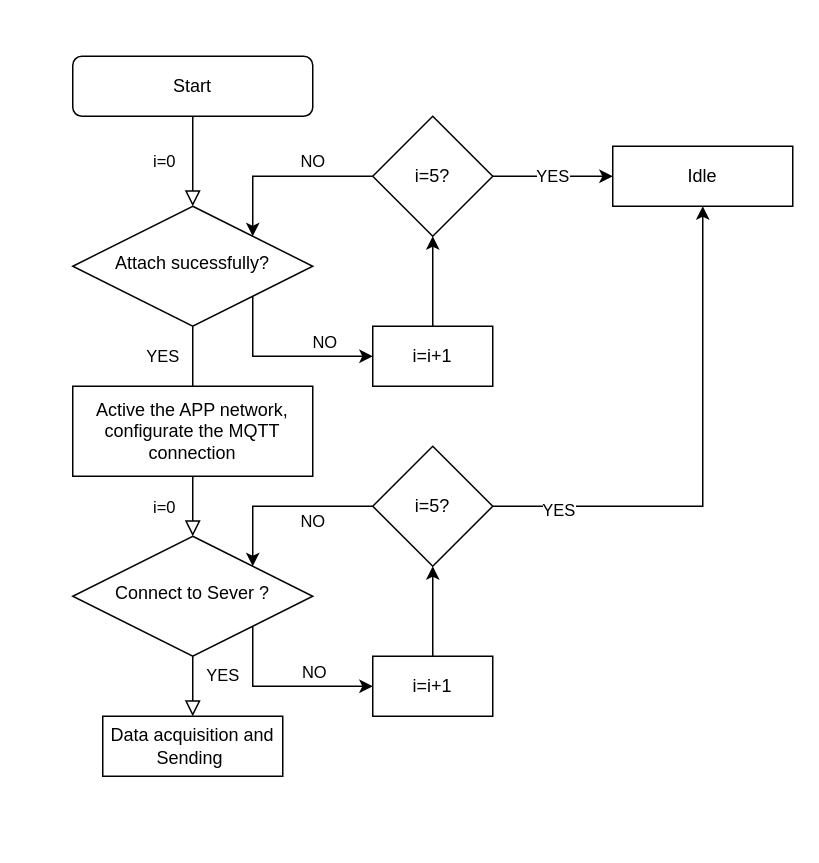
Earlier version of the draw.io diagram NB_IoT.drawio (K2ayzz/ForDrawIO). Source tidied: cells renumbered, new cells numbered last; positions are measured from the earlier drawing's top-left corner, leaving out a move shared by most shapes. Both pictures are drawn from the tidied source at 150%, with x=0, y=0 at pixel (72, 56).
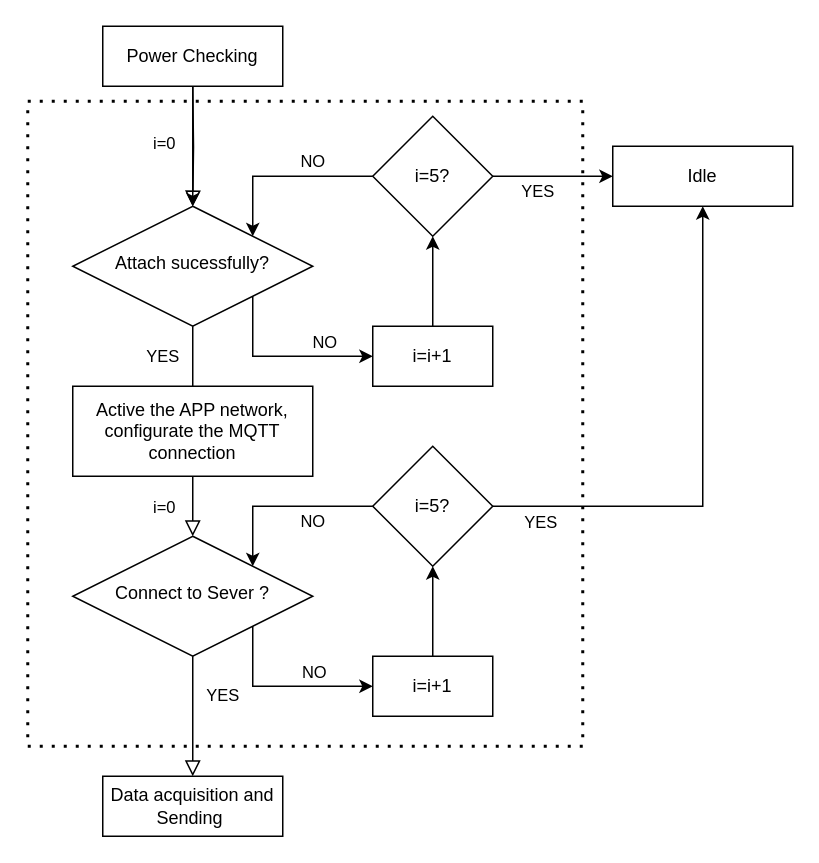
The same page after the edit.

Commit message (it also covers changes not shown here):
Cập nhật NB_IoT.drawio

Unchanged cells that the change refers to:
```xml
<mxCell id="9" value="Attach sucessfully?" style="rhombus;whiteSpace=wrap;html=1;shadow=0;fontFamily=Helvetica;fontSize=12;align=center;strokeWidth=1;spacing=6;spacingTop=-4;" parent="1" vertex="1">
  <mxGeometry y="100" width="160" height="80" as="geometry" />
</mxCell>
<mxCell id="17" value="i=5?" style="rhombus;whiteSpace=wrap;html=1;rounded=0;" parent="1" vertex="1">
  <mxGeometry x="200" y="40" width="80" height="80" as="geometry" />
</mxCell>
<mxCell id="18" value="Idle" style="rounded=0;whiteSpace=wrap;html=1;" parent="1" vertex="1">
  <mxGeometry x="360" y="60" width="120" height="40" as="geometry" />
</mxCell>
<mxCell id="25" style="edgeStyle=orthogonalEdgeStyle;rounded=0;jettySize=auto;html=1;exitX=1;exitY=0.5;exitDx=0;exitDy=0;entryX=0.5;entryY=1;entryDx=0;entryDy=0;" parent="1" edge="1" source="27" target="18">
  <mxGeometry relative="1" as="geometry" />
</mxCell>
```

The edit, as a diff of the source:
```diff
@@
-    <mxCell id="2" value="Start" style="rounded=1;whiteSpace=wrap;html=1;fontSize=12;glass=0;strokeWidth=1;shadow=0;" parent="1" vertex="1">
-      <mxGeometry width="160" height="40" as="geometry" />
-    </mxCell>
@@
-    <mxCell id="10" style="rounded=0;html=1;jettySize=auto;fontSize=11;endArrow=block;endFill=0;endSize=8;strokeWidth=1;shadow=0;labelBackgroundColor=none;edgeStyle=orthogonalEdgeStyle;entryX=0.5;entryY=0;entryDx=0;entryDy=0;exitX=0.5;exitY=1;exitDx=0;exitDy=0;" parent="1" edge="1" source="2" target="9">
-      <mxGeometry relative="1" as="geometry" />
+    <mxCell id="10" style="rounded=0;html=1;jettySize=auto;fontSize=11;endArrow=block;endFill=0;endSize=8;strokeWidth=1;shadow=0;labelBackgroundColor=none;edgeStyle=orthogonalEdgeStyle;entryX=0.5;entryY=0;entryDx=0;entryDy=0;exitX=0.5;exitY=1;exitDx=0;exitDy=0;" parent="1" edge="1" target="9">
+      <mxGeometry relative="1" as="geometry">
+        <mxPoint x="80" y="20" as="sourcePoint" />
+      </mxGeometry>
     </mxCell>
@@
     <mxCell id="16" value="YES" style="edgeStyle=orthogonalEdgeStyle;rounded=0;jettySize=auto;html=1;" parent="1" edge="1" source="17" target="18">
-      <mxGeometry relative="1" as="geometry" />
+      <mxGeometry x="-0.25" y="-10" relative="1" as="geometry" />
     </mxCell>
@@
     <mxCell id="26" value="YES" style="edgeLabel;html=1;align=center;verticalAlign=middle;" parent="25" vertex="1">
-      <mxGeometry x="-0.75" y="-2" relative="1" as="geometry" />
+      <mxGeometry x="-0.75" y="-2" relative="1" as="geometry">
+        <mxPoint x="-12" y="8" as="offset" />
+      </mxGeometry>
     </mxCell>
@@
     <mxCell id="28" value="Data acquisition and Sending&amp;nbsp;" style="rounded=0;whiteSpace=wrap;html=1;" parent="1" vertex="1">
-      <mxGeometry x="20" y="440" width="120" height="40" as="geometry" />
+      <mxGeometry x="20" y="480" width="120" height="40" as="geometry" />
     </mxCell>
+    <mxCell id="29" style="endArrow=none;dashed=1;html=1;dashPattern=1 3;strokeWidth=2;rounded=0;" parent="1" edge="1">
+      <mxGeometry relative="1" as="geometry">
+        <mxPoint x="340" y="30" as="sourcePoint" />
+        <mxPoint x="340" y="30" as="targetPoint" />
+        <Array as="points">
+          <mxPoint x="-30" y="30" />
+          <mxPoint x="-30" y="460" />
+          <mxPoint x="160" y="460" />
+          <mxPoint x="340" y="460" />
+        </Array>
+      </mxGeometry>
+    </mxCell>
+    <mxCell id="30" style="edgeStyle=orthogonalEdgeStyle;rounded=0;jettySize=auto;html=1;" parent="1" edge="1" source="31" target="9">
+      <mxGeometry relative="1" as="geometry" />
+    </mxCell>
+    <mxCell id="31" value="Power Checking" style="rounded=0;whiteSpace=wrap;html=1;" parent="1" vertex="1">
+      <mxGeometry x="20" y="-20" width="120" height="40" as="geometry" />
+    </mxCell>
```
